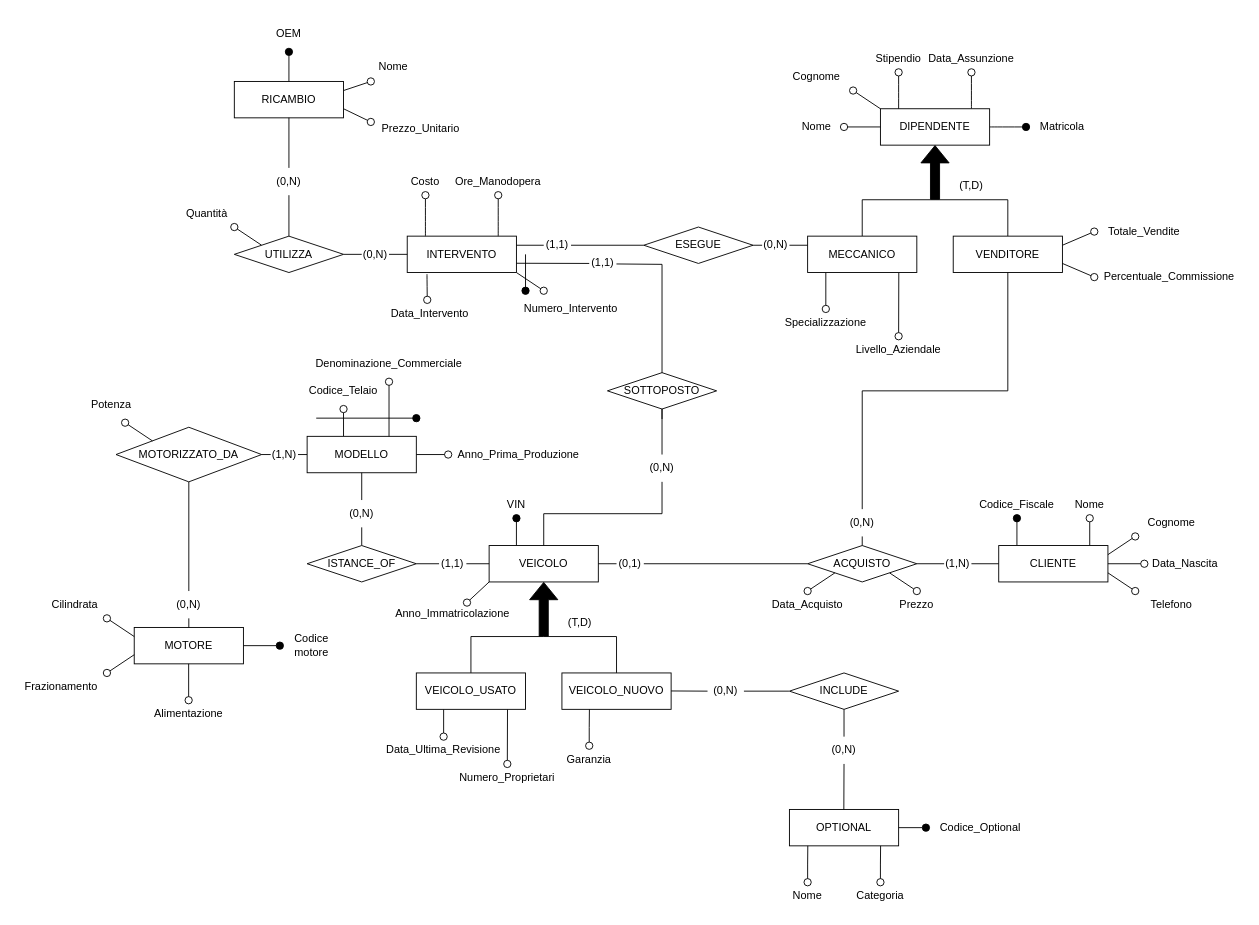
Ahwrs/ProgettoBasi keeps this draw.io diagram as Schemi ER/Schema ER.drawio. Above is the earlier version. Source tidied: cells renumbered, new cells numbered last; positions are measured from the earlier drawing's top-left corner, leaving out a move shared by most shapes. Both pictures are drawn from the tidied source at 91%, with x=0, y=0 at pixel (15, 15).
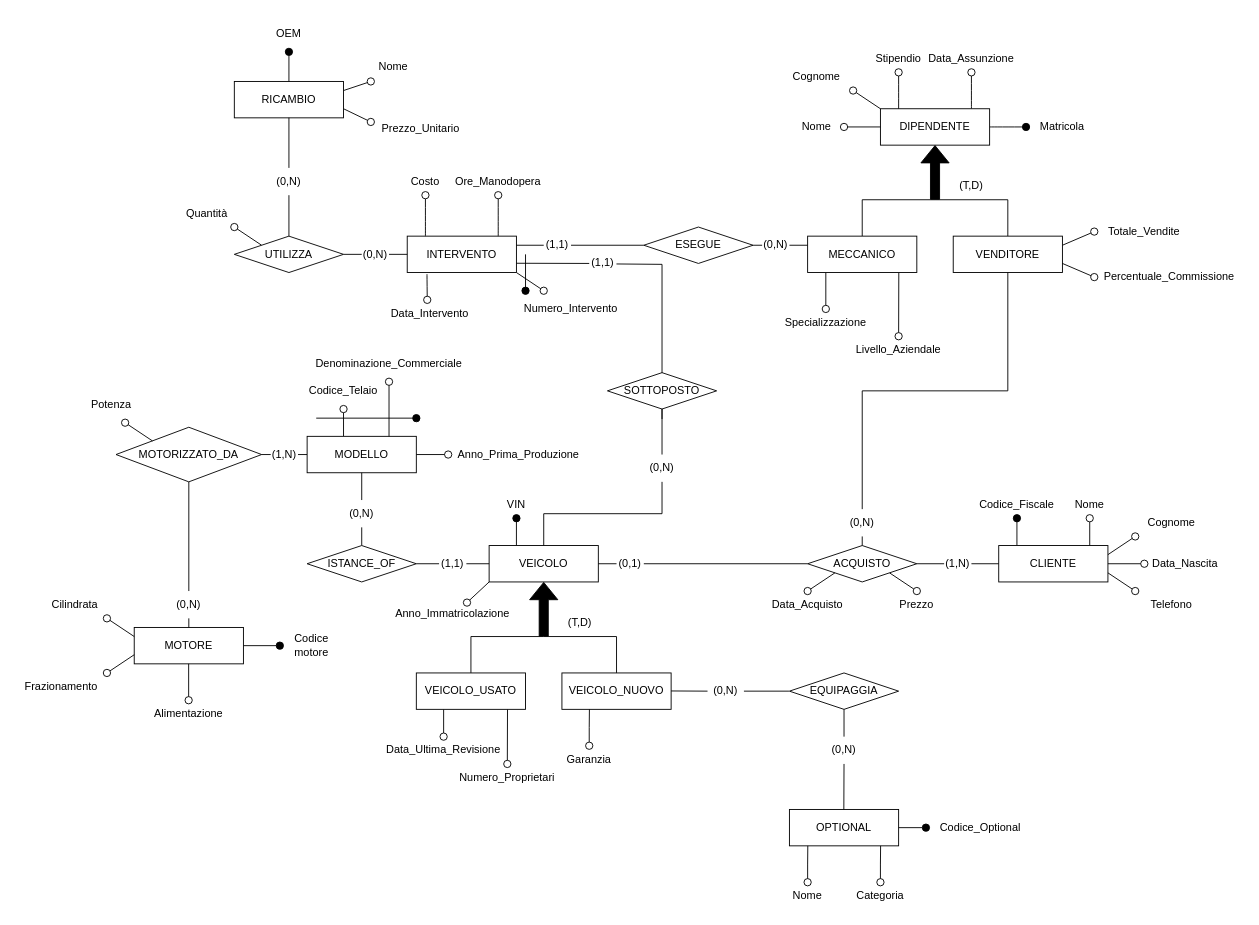
The same page after the edit.

Commit message:
Cambio Nome Relazione INCLUDE

The edit, as a diff of the source:
```diff
@@
-    <mxCell id="138" value="INCLUDE" style="rhombus;whiteSpace=wrap;html=1;" parent="1" vertex="1">
+    <mxCell id="138" value="EQUIPAGGIA" style="rhombus;whiteSpace=wrap;html=1;" parent="1" vertex="1">
       <mxGeometry x="850" y="722" width="120" height="40" as="geometry" />
     </mxCell>
```
